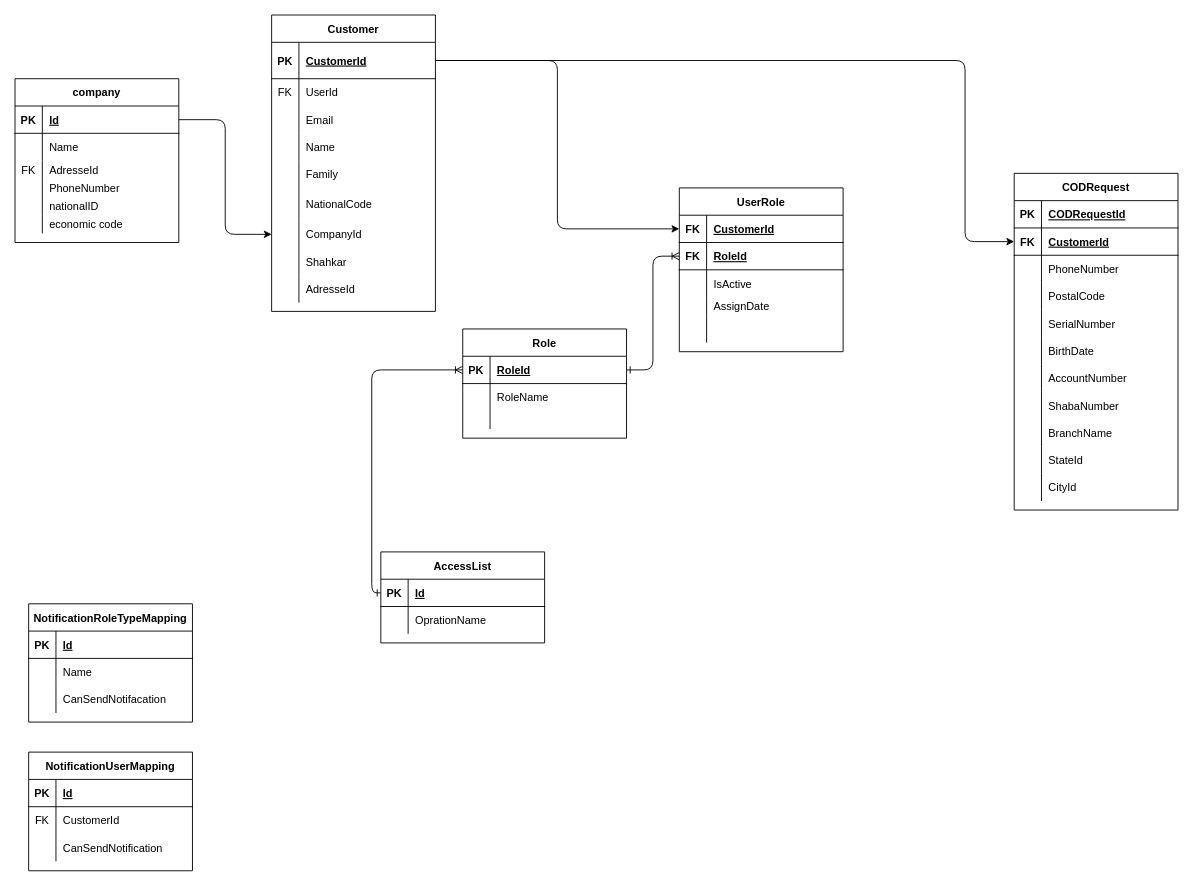
The draw.io diagram 13-Profile-Manager-Service/Diagrams/ProfileManager.drawio in behrangaghili/Postex-Documents_Diagrams, before the edit. Source tidied: cells renumbered, new cells numbered last; positions are measured from the earlier drawing's top-left corner, leaving out a move shared by most shapes. Both pictures are drawn from the tidied source at 91%, with x=0, y=0 at pixel (15, 15).
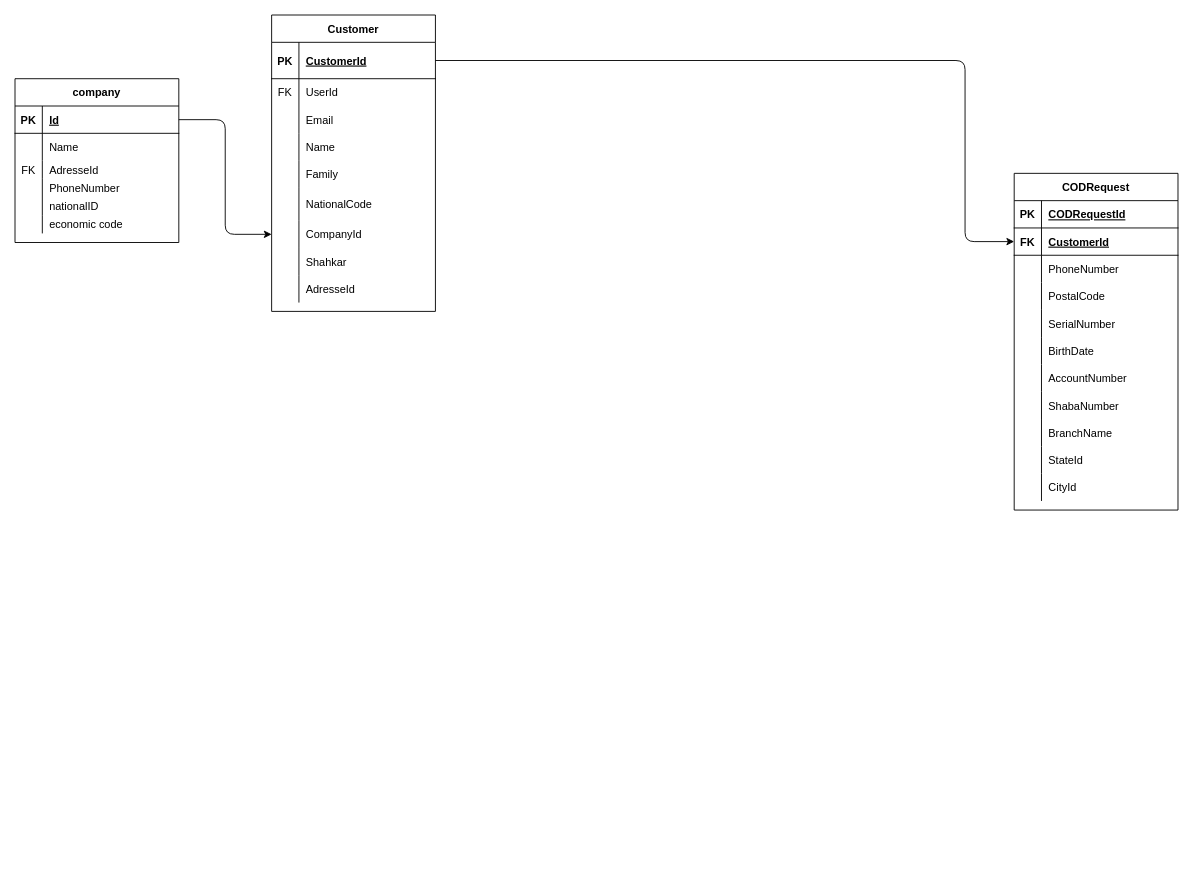
The same page after the edit.

Unchanged cells that the change refers to:
```xml
<mxCell id="3" style="shape=partialRectangle;fillColor=none;top=0;left=0;bottom=1;right=0;points=[[0,0.5],[1,0.5]];portConstraint=eastwest;" parent="2" vertex="1">
  <mxGeometry y="30" width="180" height="40" as="geometry" />
</mxCell>
```

The edit, as a diff of the source:
```diff
@@
-    <mxCell id="30" value="UserRole" style="shape=table;startSize=30;childLayout=tableLayout;rowLines=0;fontStyle=1;align=center;" parent="1" vertex="1">
-      <mxGeometry x="730" y="190" width="180" height="180" as="geometry" />
-    </mxCell>
-    <mxCell id="31" style="shape=partialRectangle;fillColor=none;top=0;left=0;bottom=1;right=0;points=[[0,0.5],[1,0.5]];portConstraint=eastwest;" parent="30" vertex="1">
-      <mxGeometry y="30" width="180" height="30" as="geometry" />
-    </mxCell>
-    <mxCell id="32" value="FK" style="shape=partialRectangle;fillColor=none;top=0;left=0;bottom=0;right=0;fontStyle=1;overflow=hidden;" parent="31" vertex="1">
-      <mxGeometry width="30" height="30" as="geometry" />
-    </mxCell>
-    <mxCell id="33" value="CustomerId" style="shape=partialRectangle;fillColor=none;top=0;left=0;bottom=0;right=0;align=left;spacingLeft=6;fontStyle=5;overflow=hidden;" parent="31" vertex="1">
-      <mxGeometry x="30" width="150" height="30" as="geometry" />
-    </mxCell>
-    <mxCell id="34" style="shape=partialRectangle;fillColor=none;top=0;left=0;bottom=1;right=0;points=[[0,0.5],[1,0.5]];portConstraint=eastwest;" parent="30" vertex="1">
-      <mxGeometry y="60" width="180" height="30" as="geometry" />
-    </mxCell>
-    <mxCell id="35" value="FK" style="shape=partialRectangle;fillColor=none;top=0;left=0;bottom=0;right=0;fontStyle=1;overflow=hidden;" parent="34" vertex="1">
-      <mxGeometry width="30" height="30" as="geometry" />
-    </mxCell>
-    <mxCell id="36" value="RoleId" style="shape=partialRectangle;fillColor=none;top=0;left=0;bottom=0;right=0;align=left;spacingLeft=6;fontStyle=5;overflow=hidden;" parent="34" vertex="1">
-      <mxGeometry x="30" width="150" height="30" as="geometry" />
-    </mxCell>
-    <mxCell id="37" style="shape=partialRectangle;fillColor=none;top=0;left=0;bottom=0;right=0;" parent="30" vertex="1">
-      <mxGeometry y="90" width="180" height="30" as="geometry" />
-    </mxCell>
-    <mxCell id="38" style="shape=partialRectangle;fillColor=none;top=0;left=0;bottom=0;right=0;overflow=hidden;" parent="37" vertex="1">
-      <mxGeometry width="30" height="30" as="geometry" />
-    </mxCell>
-    <mxCell id="39" value="IsActive" style="shape=partialRectangle;fillColor=none;top=0;left=0;bottom=0;right=0;align=left;spacingLeft=6;overflow=hidden;" parent="37" vertex="1">
-      <mxGeometry x="30" width="150" height="30" as="geometry" />
-    </mxCell>
-    <mxCell id="40" style="shape=partialRectangle;fillColor=none;top=0;left=0;bottom=0;right=0;" parent="30" vertex="1">
-      <mxGeometry y="120" width="180" height="20" as="geometry" />
-    </mxCell>
-    <mxCell id="41" style="shape=partialRectangle;fillColor=none;top=0;left=0;bottom=0;right=0;overflow=hidden;" parent="40" vertex="1">
-      <mxGeometry width="30" height="20" as="geometry" />
-    </mxCell>
-    <mxCell id="42" value="AssignDate" style="shape=partialRectangle;fillColor=none;top=0;left=0;bottom=0;right=0;align=left;spacingLeft=6;overflow=hidden;" parent="40" vertex="1">
-      <mxGeometry x="30" width="150" height="20" as="geometry" />
-    </mxCell>
-    <mxCell id="43" style="shape=partialRectangle;fillColor=none;top=0;left=0;bottom=0;right=0;" parent="30" vertex="1">
-      <mxGeometry y="140" width="180" height="30" as="geometry" />
-    </mxCell>
-    <mxCell id="44" style="shape=partialRectangle;fillColor=none;top=0;left=0;bottom=0;right=0;overflow=hidden;" parent="43" vertex="1">
-      <mxGeometry width="30" height="30" as="geometry" />
-    </mxCell>
-    <mxCell id="45" style="shape=partialRectangle;fillColor=none;top=0;left=0;bottom=0;right=0;align=left;spacingLeft=6;overflow=hidden;" parent="43" vertex="1">
-      <mxGeometry x="30" width="150" height="30" as="geometry" />
-    </mxCell>
-    <mxCell id="46" value="Role" style="shape=table;startSize=30;childLayout=tableLayout;rowLines=0;fontStyle=1;align=center;" parent="1" vertex="1">
-      <mxGeometry x="492" y="345" width="180" height="120" as="geometry" />
-    </mxCell>
-    <mxCell id="47" style="shape=partialRectangle;fillColor=none;top=0;left=0;bottom=1;right=0;points=[[0,0.5],[1,0.5]];portConstraint=eastwest;" parent="46" vertex="1">
-      <mxGeometry y="30" width="180" height="30" as="geometry" />
-    </mxCell>
-    <mxCell id="48" value="PK" style="shape=partialRectangle;fillColor=none;top=0;left=0;bottom=0;right=0;fontStyle=1;overflow=hidden;" parent="47" vertex="1">
-      <mxGeometry width="30" height="30" as="geometry" />
-    </mxCell>
-    <mxCell id="49" value="RoleId" style="shape=partialRectangle;fillColor=none;top=0;left=0;bottom=0;right=0;align=left;spacingLeft=6;fontStyle=5;overflow=hidden;" parent="47" vertex="1">
-      <mxGeometry x="30" width="150" height="30" as="geometry" />
-    </mxCell>
-    <mxCell id="50" style="shape=partialRectangle;fillColor=none;top=0;left=0;bottom=0;right=0;" parent="46" vertex="1">
-      <mxGeometry y="60" width="180" height="30" as="geometry" />
-    </mxCell>
-    <mxCell id="51" style="shape=partialRectangle;fillColor=none;top=0;left=0;bottom=0;right=0;overflow=hidden;" parent="50" vertex="1">
-      <mxGeometry width="30" height="30" as="geometry" />
-    </mxCell>
-    <mxCell id="52" value="RoleName" style="shape=partialRectangle;fillColor=none;top=0;left=0;bottom=0;right=0;align=left;spacingLeft=6;overflow=hidden;" parent="50" vertex="1">
-      <mxGeometry x="30" width="150" height="30" as="geometry" />
-    </mxCell>
-    <mxCell id="53" style="shape=partialRectangle;fillColor=none;top=0;left=0;bottom=0;right=0;" parent="46" vertex="1">
-      <mxGeometry y="90" width="180" height="20" as="geometry" />
-    </mxCell>
-    <mxCell id="54" style="shape=partialRectangle;fillColor=none;top=0;left=0;bottom=0;right=0;overflow=hidden;" parent="53" vertex="1">
-      <mxGeometry width="30" height="20" as="geometry" />
-    </mxCell>
-    <mxCell id="55" style="shape=partialRectangle;fillColor=none;top=0;left=0;bottom=0;right=0;align=left;spacingLeft=6;overflow=hidden;" parent="53" vertex="1">
-      <mxGeometry x="30" width="150" height="20" as="geometry" />
-    </mxCell>
@@
-    <mxCell id="75" value="AccessList" style="shape=table;startSize=30;childLayout=tableLayout;rowLines=0;fontStyle=1;align=center;" parent="1" vertex="1">
-      <mxGeometry x="402" y="590" width="180" height="100" as="geometry" />
-    </mxCell>
-    <mxCell id="76" style="shape=partialRectangle;fillColor=none;top=0;left=0;bottom=1;right=0;points=[[0,0.5],[1,0.5]];portConstraint=eastwest;" parent="75" vertex="1">
-      <mxGeometry y="30" width="180" height="30" as="geometry" />
-    </mxCell>
-    <mxCell id="77" value="PK" style="shape=partialRectangle;fillColor=none;top=0;left=0;bottom=0;right=0;fontStyle=1;overflow=hidden;" parent="76" vertex="1">
-      <mxGeometry width="30" height="30" as="geometry" />
-    </mxCell>
-    <mxCell id="78" value="Id" style="shape=partialRectangle;fillColor=none;top=0;left=0;bottom=0;right=0;align=left;spacingLeft=6;fontStyle=5;overflow=hidden;" parent="76" vertex="1">
-      <mxGeometry x="30" width="150" height="30" as="geometry" />
-    </mxCell>
-    <mxCell id="79" style="shape=partialRectangle;fillColor=none;top=0;left=0;bottom=0;right=0;" parent="75" vertex="1">
-      <mxGeometry y="60" width="180" height="30" as="geometry" />
-    </mxCell>
-    <mxCell id="80" style="shape=partialRectangle;fillColor=none;top=0;left=0;bottom=0;right=0;overflow=hidden;" parent="79" vertex="1">
-      <mxGeometry width="30" height="30" as="geometry" />
-    </mxCell>
-    <mxCell id="81" value="OprationName" style="shape=partialRectangle;fillColor=none;top=0;left=0;bottom=0;right=0;align=left;spacingLeft=6;overflow=hidden;" parent="79" vertex="1">
-      <mxGeometry x="30" width="150" height="30" as="geometry" />
-    </mxCell>
-    <mxCell id="82" style="edgeStyle=orthogonalEdgeStyle;html=1;elbow=vertical;entryX=0;entryY=0.5;entryDx=0;entryDy=0;endArrow=ERoneToMany;endFill=0;startArrow=ERone;startFill=0;" parent="1" edge="1" source="47" target="34">
-      <mxGeometry relative="1" as="geometry" />
-    </mxCell>
-    <mxCell id="83" style="edgeStyle=orthogonalEdgeStyle;html=1;exitX=0;exitY=0.5;exitDx=0;exitDy=0;entryX=0;entryY=0.5;entryDx=0;entryDy=0;endArrow=ERoneToMany;endFill=0;startArrow=ERone;startFill=0;" parent="1" edge="1" source="76" target="47">
-      <mxGeometry relative="1" as="geometry" />
-    </mxCell>
-    <mxCell id="84" value="NotificationRoleTypeMapping" style="shape=table;startSize=30;childLayout=tableLayout;rowLines=0;fontStyle=1;align=center;" parent="1" vertex="1">
-      <mxGeometry x="15" y="647" width="180" height="130" as="geometry" />
-    </mxCell>
-    <mxCell id="85" style="shape=partialRectangle;fillColor=none;top=0;left=0;bottom=1;right=0;" parent="84" vertex="1">
-      <mxGeometry y="30" width="180" height="30" as="geometry" />
-    </mxCell>
-    <mxCell id="86" value="PK" style="shape=partialRectangle;fillColor=none;top=0;left=0;bottom=0;right=0;fontStyle=1;overflow=hidden;" parent="85" vertex="1">
-      <mxGeometry width="30" height="30" as="geometry" />
-    </mxCell>
-    <mxCell id="87" value="Id" style="shape=partialRectangle;fillColor=none;top=0;left=0;bottom=0;right=0;align=left;spacingLeft=6;fontStyle=5;overflow=hidden;" parent="85" vertex="1">
-      <mxGeometry x="30" width="150" height="30" as="geometry" />
-    </mxCell>
-    <mxCell id="88" style="shape=partialRectangle;fillColor=none;top=0;left=0;bottom=0;right=0;" parent="84" vertex="1">
-      <mxGeometry y="60" width="180" height="30" as="geometry" />
-    </mxCell>
-    <mxCell id="89" style="shape=partialRectangle;fillColor=none;top=0;left=0;bottom=0;right=0;overflow=hidden;" parent="88" vertex="1">
-      <mxGeometry width="30" height="30" as="geometry" />
-    </mxCell>
-    <mxCell id="90" value="Name" style="shape=partialRectangle;fillColor=none;top=0;left=0;bottom=0;right=0;align=left;spacingLeft=6;overflow=hidden;" parent="88" vertex="1">
-      <mxGeometry x="30" width="150" height="30" as="geometry" />
-    </mxCell>
-    <mxCell id="91" style="shape=partialRectangle;fillColor=none;top=0;left=0;bottom=0;right=0;" parent="84" vertex="1">
-      <mxGeometry y="90" width="180" height="30" as="geometry" />
-    </mxCell>
-    <mxCell id="92" style="shape=partialRectangle;fillColor=none;top=0;left=0;bottom=0;right=0;overflow=hidden;" parent="91" vertex="1">
-      <mxGeometry width="30" height="30" as="geometry" />
-    </mxCell>
-    <mxCell id="93" value="CanSendNotifacation" style="shape=partialRectangle;fillColor=none;top=0;left=0;bottom=0;right=0;align=left;spacingLeft=6;overflow=hidden;" parent="91" vertex="1">
-      <mxGeometry x="30" width="150" height="30" as="geometry" />
-    </mxCell>
-    <mxCell id="94" value="NotificationUserMapping" style="shape=table;startSize=30;childLayout=tableLayout;rowLines=0;fontStyle=1;align=center;" parent="1" vertex="1">
-      <mxGeometry x="15" y="810" width="180" height="130.4" as="geometry" />
-    </mxCell>
-    <mxCell id="95" style="shape=partialRectangle;fillColor=none;top=0;left=0;bottom=1;right=0;" parent="94" vertex="1">
-      <mxGeometry y="30" width="180" height="30" as="geometry" />
-    </mxCell>
-    <mxCell id="96" value="PK" style="shape=partialRectangle;fillColor=none;top=0;left=0;bottom=0;right=0;fontStyle=1;overflow=hidden;" parent="95" vertex="1">
-      <mxGeometry width="30" height="30" as="geometry" />
-    </mxCell>
-    <mxCell id="97" value="Id" style="shape=partialRectangle;fillColor=none;top=0;left=0;bottom=0;right=0;align=left;spacingLeft=6;fontStyle=5;overflow=hidden;" parent="95" vertex="1">
-      <mxGeometry x="30" width="150" height="30" as="geometry" />
-    </mxCell>
-    <mxCell id="98" style="shape=partialRectangle;fillColor=none;top=0;left=0;bottom=0;right=0;" parent="94" vertex="1">
-      <mxGeometry y="60" width="180" height="30" as="geometry" />
-    </mxCell>
-    <mxCell id="99" value="FK" style="shape=partialRectangle;fillColor=none;top=0;left=0;bottom=0;right=0;overflow=hidden;" parent="98" vertex="1">
-      <mxGeometry width="30" height="30" as="geometry" />
-    </mxCell>
-    <mxCell id="100" value="CustomerId" style="shape=partialRectangle;fillColor=none;top=0;left=0;bottom=0;right=0;align=left;spacingLeft=6;overflow=hidden;" parent="98" vertex="1">
-      <mxGeometry x="30" width="150" height="30" as="geometry" />
-    </mxCell>
-    <mxCell id="101" style="shape=partialRectangle;fillColor=none;top=0;left=0;bottom=0;right=0;" parent="94" vertex="1">
-      <mxGeometry y="90" width="180" height="30" as="geometry" />
-    </mxCell>
-    <mxCell id="102" style="shape=partialRectangle;fillColor=none;top=0;left=0;bottom=0;right=0;overflow=hidden;" parent="101" vertex="1">
-      <mxGeometry width="30" height="30" as="geometry" />
-    </mxCell>
-    <mxCell id="103" value="CanSendNotification" style="shape=partialRectangle;fillColor=none;top=0;left=0;bottom=0;right=0;align=left;spacingLeft=6;overflow=hidden;" parent="101" vertex="1">
-      <mxGeometry x="30" width="150" height="30" as="geometry" />
-    </mxCell>
@@
-    <mxCell id="105" style="edgeStyle=orthogonalEdgeStyle;html=1;exitX=1;exitY=0.5;exitDx=0;exitDy=0;" parent="1" edge="1" source="3" target="31">
-      <mxGeometry relative="1" as="geometry" />
-    </mxCell>
```
